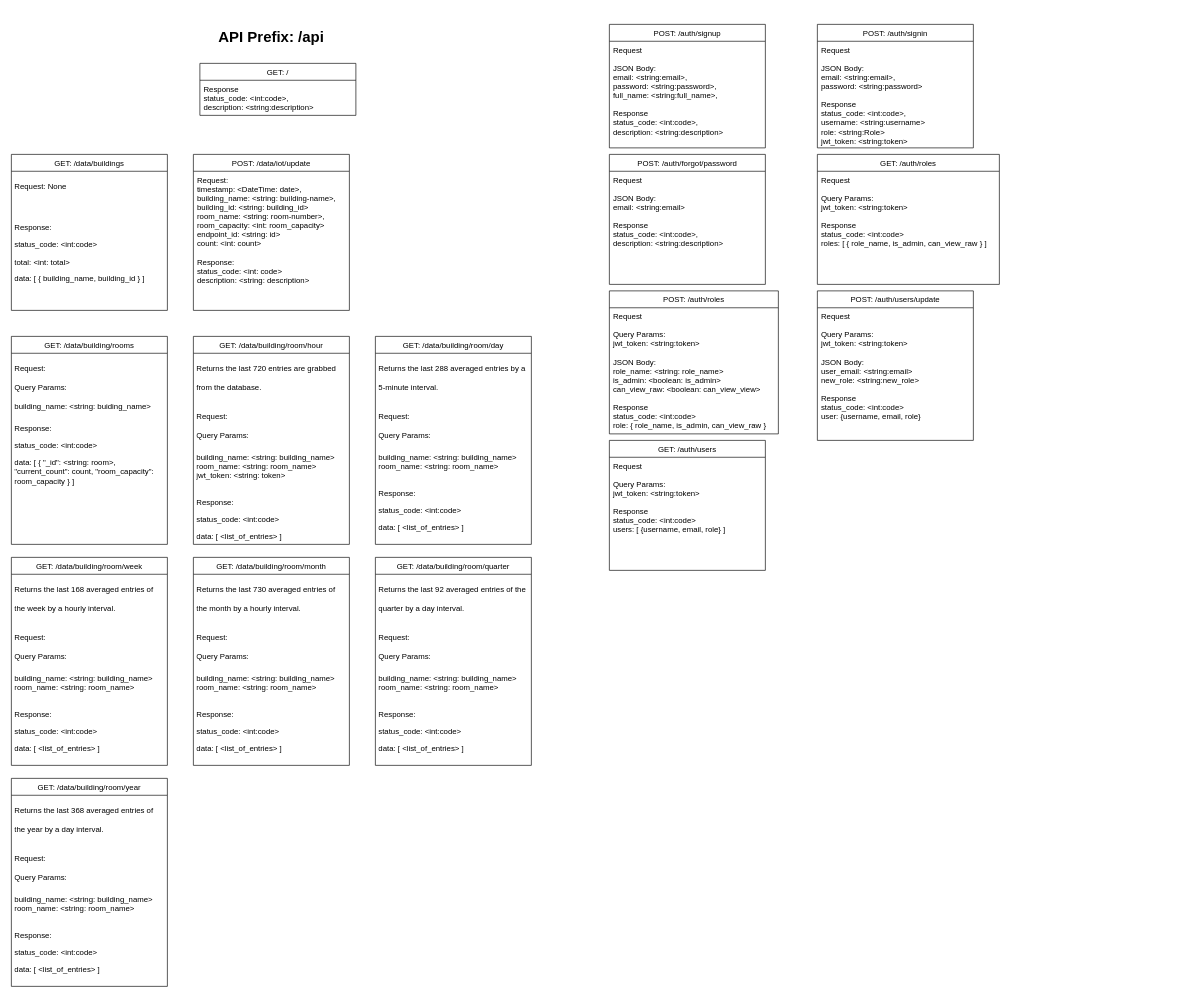
This is Diagrams/pci-rest-api.drawio from PiWatcher/PiWatcher-Docs, a draw.io file, before an edit. Source tidied: cells renumbered, new cells numbered last; positions are measured from the earlier drawing's top-left corner, leaving out a move shared by most shapes. Both pictures are drawn from the tidied source at 65%, with x=0, y=0 at pixel (11, 24).
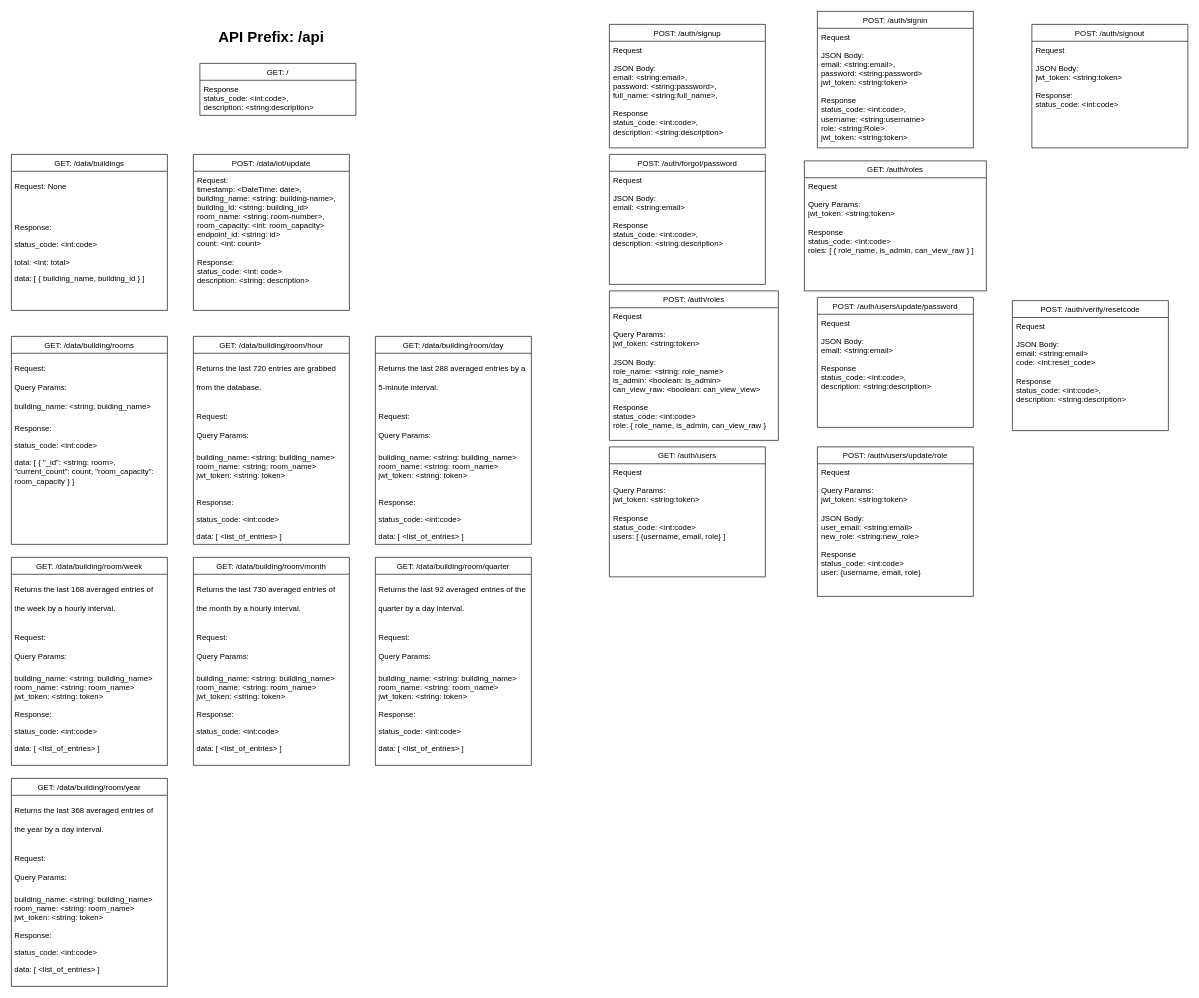
Above is the later version.

The change refers to these unchanged cells:
```xml
<mxCell id="18" value="GET: /data/building/room/day" style="swimlane;fontStyle=0;horizontal=1;startSize=26;fillColor=none;" parent="1" vertex="1">
  <mxGeometry x="560" y="480" width="240" height="320" as="geometry" />
</mxCell>
<mxCell id="20" value="GET: /data/building/room/week" style="swimlane;fontStyle=0;horizontal=1;startSize=26;fillColor=none;" parent="1" vertex="1">
  <mxGeometry y="820" width="240" height="320" as="geometry" />
</mxCell>
<mxCell id="22" value="GET: /data/building/room/month" style="swimlane;fontStyle=0;horizontal=1;startSize=26;fillColor=none;" parent="1" vertex="1">
  <mxGeometry x="280" y="820" width="240" height="320" as="geometry" />
</mxCell>
<mxCell id="24" value="GET: /data/building/room/quarter" style="swimlane;fontStyle=0;horizontal=1;startSize=26;fillColor=none;" parent="1" vertex="1">
  <mxGeometry x="560" y="820" width="240" height="320" as="geometry" />
</mxCell>
<mxCell id="26" value="GET: /data/building/room/year" style="swimlane;fontStyle=0;horizontal=1;startSize=26;fillColor=none;" parent="1" vertex="1">
  <mxGeometry y="1160" width="240" height="320" as="geometry" />
</mxCell>
```

What changed in the source:
```diff
@@
     <mxCell id="12" value="POST: /auth/signin" style="swimlane;fontStyle=0;horizontal=1;startSize=26;fillColor=none;align=center;" parent="1" vertex="1">
-      <mxGeometry x="1240" width="240" height="190" as="geometry" />
+      <mxGeometry x="1240" y="-20" width="240" height="210" as="geometry" />
     </mxCell>
-    <mxCell id="13" value="Request&#10;&#10;JSON Body:&#10;email: &lt;string:email&gt;,&#10;password: &lt;string:password&gt;&#10;&#10;Response&#10;status_code: &lt;int:code&gt;,&#10;username: &lt;string:username&gt;&#10;role: &lt;string:Role&gt;&#10;jwt_token: &lt;string:token&gt;&#10;&#10;" style="text;strokeColor=none;fillColor=none;align=left;verticalAlign=top;spacingLeft=4;spacingRight=4;overflow=hidden;" parent="12" vertex="1">
-      <mxGeometry y="26" width="240" height="164" as="geometry" />
+    <mxCell id="13" value="Request&#10;&#10;JSON Body:&#10;email: &lt;string:email&gt;,&#10;password: &lt;string:password&gt;&#10;jwt_token: &lt;string:token&gt;&#10;&#10;Response&#10;status_code: &lt;int:code&gt;,&#10;username: &lt;string:username&gt;&#10;role: &lt;string:Role&gt;&#10;jwt_token: &lt;string:token&gt;&#10;&#10;" style="text;strokeColor=none;fillColor=none;align=left;verticalAlign=top;spacingLeft=4;spacingRight=4;overflow=hidden;" parent="12" vertex="1">
+      <mxGeometry y="26" width="240" height="184" as="geometry" />
     </mxCell>
@@
-    <mxCell id="19" value="&lt;p style=&quot;line-height: 100%&quot;&gt;&lt;/p&gt;&lt;h1&gt;&lt;span style=&quot;font-weight: normal&quot;&gt;&lt;font style=&quot;font-size: 12px ; line-height: 100%&quot;&gt;Returns the last 288 averaged entries by a 5-minute interval.&lt;/font&gt;&lt;/span&gt;&lt;/h1&gt;&lt;h1&gt;&lt;span style=&quot;font-weight: normal&quot;&gt;&lt;font style=&quot;font-size: 12px ; line-height: 100%&quot;&gt;Request:&lt;br&gt;Query Params:&lt;br&gt;&lt;/font&gt;&lt;/span&gt;&lt;/h1&gt;&lt;div&gt;building_name: &amp;lt;string: building_name&amp;gt;&lt;/div&gt;&lt;div&gt;room_name: &amp;lt;string: room_name&amp;gt;&lt;br&gt;&lt;br&gt;&lt;/div&gt;&lt;p&gt;Response:&lt;/p&gt;&lt;p&gt;status_code: &amp;lt;int:code&amp;gt;&lt;/p&gt;&lt;p&gt;data: [ &amp;lt;list_of_entries&amp;gt; ]&lt;/p&gt;&lt;p&gt;&lt;/p&gt;" style="text;html=1;strokeColor=none;fillColor=none;spacing=5;spacingTop=-20;whiteSpace=wrap;overflow=hidden;rounded=0;" parent="18" vertex="1">
+    <mxCell id="19" value="&lt;p style=&quot;line-height: 100%&quot;&gt;&lt;/p&gt;&lt;h1&gt;&lt;span style=&quot;font-weight: normal&quot;&gt;&lt;font style=&quot;font-size: 12px ; line-height: 100%&quot;&gt;Returns the last 288 averaged entries by a 5-minute interval.&lt;/font&gt;&lt;/span&gt;&lt;/h1&gt;&lt;h1&gt;&lt;span style=&quot;font-weight: normal&quot;&gt;&lt;font style=&quot;font-size: 12px ; line-height: 100%&quot;&gt;Request:&lt;br&gt;Query Params:&lt;br&gt;&lt;/font&gt;&lt;/span&gt;&lt;/h1&gt;&lt;div&gt;building_name: &amp;lt;string: building_name&amp;gt;&lt;/div&gt;&lt;div&gt;room_name: &amp;lt;string: room_name&amp;gt;&lt;/div&gt;&lt;div&gt;jwt_token: &amp;lt;string: token&amp;gt;&lt;br&gt;&lt;br&gt;&lt;/div&gt;&lt;p&gt;Response:&lt;/p&gt;&lt;p&gt;status_code: &amp;lt;int:code&amp;gt;&lt;/p&gt;&lt;p&gt;data: [ &amp;lt;list_of_entries&amp;gt; ]&lt;/p&gt;&lt;p&gt;&lt;/p&gt;" style="text;html=1;strokeColor=none;fillColor=none;spacing=5;spacingTop=-20;whiteSpace=wrap;overflow=hidden;rounded=0;" parent="18" vertex="1">
       <mxGeometry y="26" width="240" height="294" as="geometry" />
     </mxCell>
@@
-    <mxCell id="21" value="&lt;p style=&quot;line-height: 100%&quot;&gt;&lt;/p&gt;&lt;h1&gt;&lt;span style=&quot;font-weight: normal&quot;&gt;&lt;font style=&quot;font-size: 12px ; line-height: 100%&quot;&gt;Returns the last 168 averaged entries of the week by a hourly interval.&lt;/font&gt;&lt;/span&gt;&lt;/h1&gt;&lt;h1&gt;&lt;span style=&quot;font-weight: normal&quot;&gt;&lt;font style=&quot;font-size: 12px ; line-height: 100%&quot;&gt;Request:&lt;br&gt;Query Params:&lt;br&gt;&lt;/font&gt;&lt;/span&gt;&lt;/h1&gt;&lt;div&gt;building_name: &amp;lt;string: building_name&amp;gt;&lt;/div&gt;&lt;div&gt;room_name: &amp;lt;string: room_name&amp;gt;&lt;br&gt;&lt;br&gt;&lt;/div&gt;&lt;p&gt;Response:&lt;/p&gt;&lt;p&gt;status_code: &amp;lt;int:code&amp;gt;&lt;/p&gt;&lt;p&gt;data: [ &amp;lt;list_of_entries&amp;gt; ]&lt;/p&gt;&lt;p&gt;&lt;/p&gt;" style="text;html=1;strokeColor=none;fillColor=none;spacing=5;spacingTop=-20;whiteSpace=wrap;overflow=hidden;rounded=0;" parent="20" vertex="1">
+    <mxCell id="21" value="&lt;p style=&quot;line-height: 100%&quot;&gt;&lt;/p&gt;&lt;h1&gt;&lt;span style=&quot;font-weight: normal&quot;&gt;&lt;font style=&quot;font-size: 12px ; line-height: 100%&quot;&gt;Returns the last 168 averaged entries of the week by a hourly interval.&lt;/font&gt;&lt;/span&gt;&lt;/h1&gt;&lt;h1&gt;&lt;span style=&quot;font-weight: normal&quot;&gt;&lt;font style=&quot;font-size: 12px ; line-height: 100%&quot;&gt;Request:&lt;br&gt;Query Params:&lt;br&gt;&lt;/font&gt;&lt;/span&gt;&lt;/h1&gt;&lt;div&gt;building_name: &amp;lt;string: building_name&amp;gt;&lt;/div&gt;&lt;div&gt;room_name: &amp;lt;string: room_name&amp;gt;&lt;br&gt;&lt;/div&gt;jwt_token: &amp;lt;string: token&amp;gt;&lt;br&gt;&lt;p&gt;Response:&lt;/p&gt;&lt;p&gt;status_code: &amp;lt;int:code&amp;gt;&lt;/p&gt;&lt;p&gt;data: [ &amp;lt;list_of_entries&amp;gt; ]&lt;/p&gt;&lt;p&gt;&lt;/p&gt;" style="text;html=1;strokeColor=none;fillColor=none;spacing=5;spacingTop=-20;whiteSpace=wrap;overflow=hidden;rounded=0;" parent="20" vertex="1">
       <mxGeometry y="26" width="240" height="294" as="geometry" />
     </mxCell>
@@
-    <mxCell id="23" value="&lt;p style=&quot;line-height: 100%&quot;&gt;&lt;/p&gt;&lt;h1&gt;&lt;span style=&quot;font-weight: normal&quot;&gt;&lt;font style=&quot;font-size: 12px ; line-height: 100%&quot;&gt;Returns the last 730 averaged entries of the month by a hourly interval.&lt;/font&gt;&lt;/span&gt;&lt;/h1&gt;&lt;h1&gt;&lt;span style=&quot;font-weight: normal&quot;&gt;&lt;font style=&quot;font-size: 12px ; line-height: 100%&quot;&gt;Request:&lt;br&gt;Query Params:&lt;br&gt;&lt;/font&gt;&lt;/span&gt;&lt;/h1&gt;&lt;div&gt;building_name: &amp;lt;string: building_name&amp;gt;&lt;/div&gt;&lt;div&gt;room_name: &amp;lt;string: room_name&amp;gt;&lt;br&gt;&lt;br&gt;&lt;/div&gt;&lt;p&gt;Response:&lt;/p&gt;&lt;p&gt;status_code: &amp;lt;int:code&amp;gt;&lt;/p&gt;&lt;p&gt;data: [ &amp;lt;list_of_entries&amp;gt; ]&lt;/p&gt;&lt;p&gt;&lt;/p&gt;" style="text;html=1;strokeColor=none;fillColor=none;spacing=5;spacingTop=-20;whiteSpace=wrap;overflow=hidden;rounded=0;" parent="22" vertex="1">
+    <mxCell id="23" value="&lt;p style=&quot;line-height: 100%&quot;&gt;&lt;/p&gt;&lt;h1&gt;&lt;span style=&quot;font-weight: normal&quot;&gt;&lt;font style=&quot;font-size: 12px ; line-height: 100%&quot;&gt;Returns the last 730 averaged entries of the month by a hourly interval.&lt;/font&gt;&lt;/span&gt;&lt;/h1&gt;&lt;h1&gt;&lt;span style=&quot;font-weight: normal&quot;&gt;&lt;font style=&quot;font-size: 12px ; line-height: 100%&quot;&gt;Request:&lt;br&gt;Query Params:&lt;br&gt;&lt;/font&gt;&lt;/span&gt;&lt;/h1&gt;&lt;div&gt;building_name: &amp;lt;string: building_name&amp;gt;&lt;/div&gt;&lt;div&gt;room_name: &amp;lt;string: room_name&amp;gt;&lt;br&gt;&lt;/div&gt;jwt_token: &amp;lt;string: token&amp;gt;&lt;br&gt;&lt;p&gt;Response:&lt;/p&gt;&lt;p&gt;status_code: &amp;lt;int:code&amp;gt;&lt;/p&gt;&lt;p&gt;data: [ &amp;lt;list_of_entries&amp;gt; ]&lt;/p&gt;&lt;p&gt;&lt;/p&gt;" style="text;html=1;strokeColor=none;fillColor=none;spacing=5;spacingTop=-20;whiteSpace=wrap;overflow=hidden;rounded=0;" parent="22" vertex="1">
       <mxGeometry y="26" width="240" height="294" as="geometry" />
     </mxCell>
@@
-    <mxCell id="25" value="&lt;p style=&quot;line-height: 100%&quot;&gt;&lt;/p&gt;&lt;h1&gt;&lt;span style=&quot;font-weight: normal&quot;&gt;&lt;font style=&quot;font-size: 12px ; line-height: 100%&quot;&gt;Returns the last 92 averaged entries of the quarter by a day interval.&lt;/font&gt;&lt;/span&gt;&lt;/h1&gt;&lt;h1&gt;&lt;span style=&quot;font-weight: normal&quot;&gt;&lt;font style=&quot;font-size: 12px ; line-height: 100%&quot;&gt;Request:&lt;br&gt;Query Params:&lt;br&gt;&lt;/font&gt;&lt;/span&gt;&lt;/h1&gt;&lt;div&gt;building_name: &amp;lt;string: building_name&amp;gt;&lt;/div&gt;&lt;div&gt;room_name: &amp;lt;string: room_name&amp;gt;&lt;br&gt;&lt;br&gt;&lt;/div&gt;&lt;p&gt;Response:&lt;/p&gt;&lt;p&gt;status_code: &amp;lt;int:code&amp;gt;&lt;/p&gt;&lt;p&gt;data: [ &amp;lt;list_of_entries&amp;gt; ]&lt;/p&gt;&lt;p&gt;&lt;/p&gt;" style="text;html=1;strokeColor=none;fillColor=none;spacing=5;spacingTop=-20;whiteSpace=wrap;overflow=hidden;rounded=0;" parent="24" vertex="1">
+    <mxCell id="25" value="&lt;p style=&quot;line-height: 100%&quot;&gt;&lt;/p&gt;&lt;h1&gt;&lt;span style=&quot;font-weight: normal&quot;&gt;&lt;font style=&quot;font-size: 12px ; line-height: 100%&quot;&gt;Returns the last 92 averaged entries of the quarter by a day interval.&lt;/font&gt;&lt;/span&gt;&lt;/h1&gt;&lt;h1&gt;&lt;span style=&quot;font-weight: normal&quot;&gt;&lt;font style=&quot;font-size: 12px ; line-height: 100%&quot;&gt;Request:&lt;br&gt;Query Params:&lt;br&gt;&lt;/font&gt;&lt;/span&gt;&lt;/h1&gt;&lt;div&gt;building_name: &amp;lt;string: building_name&amp;gt;&lt;/div&gt;&lt;div&gt;room_name: &amp;lt;string: room_name&amp;gt;&lt;br&gt;jwt_token: &amp;lt;string: token&amp;gt;&lt;br&gt;&lt;/div&gt;&lt;p&gt;Response:&lt;/p&gt;&lt;p&gt;status_code: &amp;lt;int:code&amp;gt;&lt;/p&gt;&lt;p&gt;data: [ &amp;lt;list_of_entries&amp;gt; ]&lt;/p&gt;&lt;p&gt;&lt;/p&gt;" style="text;html=1;strokeColor=none;fillColor=none;spacing=5;spacingTop=-20;whiteSpace=wrap;overflow=hidden;rounded=0;" parent="24" vertex="1">
       <mxGeometry y="26" width="240" height="294" as="geometry" />
     </mxCell>
@@
-    <mxCell id="27" value="&lt;p style=&quot;line-height: 100%&quot;&gt;&lt;/p&gt;&lt;h1&gt;&lt;span style=&quot;font-weight: normal&quot;&gt;&lt;font style=&quot;font-size: 12px ; line-height: 100%&quot;&gt;Returns the last 368 averaged entries of the year by a day interval.&lt;/font&gt;&lt;/span&gt;&lt;/h1&gt;&lt;h1&gt;&lt;span style=&quot;font-weight: normal&quot;&gt;&lt;font style=&quot;font-size: 12px ; line-height: 100%&quot;&gt;Request:&lt;br&gt;Query Params:&lt;br&gt;&lt;/font&gt;&lt;/span&gt;&lt;/h1&gt;&lt;div&gt;building_name: &amp;lt;string: building_name&amp;gt;&lt;/div&gt;&lt;div&gt;room_name: &amp;lt;string: room_name&amp;gt;&lt;br&gt;&lt;br&gt;&lt;/div&gt;&lt;p&gt;Response:&lt;/p&gt;&lt;p&gt;status_code: &amp;lt;int:code&amp;gt;&lt;/p&gt;&lt;p&gt;data: [ &amp;lt;list_of_entries&amp;gt; ]&lt;/p&gt;&lt;p&gt;&lt;/p&gt;" style="text;html=1;strokeColor=none;fillColor=none;spacing=5;spacingTop=-20;whiteSpace=wrap;overflow=hidden;rounded=0;" parent="26" vertex="1">
+    <mxCell id="27" value="&lt;p style=&quot;line-height: 100%&quot;&gt;&lt;/p&gt;&lt;h1&gt;&lt;span style=&quot;font-weight: normal&quot;&gt;&lt;font style=&quot;font-size: 12px ; line-height: 100%&quot;&gt;Returns the last 368 averaged entries of the year by a day interval.&lt;/font&gt;&lt;/span&gt;&lt;/h1&gt;&lt;h1&gt;&lt;span style=&quot;font-weight: normal&quot;&gt;&lt;font style=&quot;font-size: 12px ; line-height: 100%&quot;&gt;Request:&lt;br&gt;Query Params:&lt;br&gt;&lt;/font&gt;&lt;/span&gt;&lt;/h1&gt;&lt;div&gt;building_name: &amp;lt;string: building_name&amp;gt;&lt;/div&gt;&lt;div&gt;room_name: &amp;lt;string: room_name&amp;gt;&lt;br&gt;jwt_token: &amp;lt;string: token&amp;gt;&lt;br&gt;&lt;/div&gt;&lt;p&gt;Response:&lt;/p&gt;&lt;p&gt;status_code: &amp;lt;int:code&amp;gt;&lt;/p&gt;&lt;p&gt;data: [ &amp;lt;list_of_entries&amp;gt; ]&lt;/p&gt;&lt;p&gt;&lt;/p&gt;" style="text;html=1;strokeColor=none;fillColor=none;spacing=5;spacingTop=-20;whiteSpace=wrap;overflow=hidden;rounded=0;" parent="26" vertex="1">
       <mxGeometry y="26" width="240" height="294" as="geometry" />
     </mxCell>
@@
     <mxCell id="30" value="GET: /auth/roles" style="swimlane;fontStyle=0;horizontal=1;startSize=26;fillColor=none;align=center;" parent="1" vertex="1">
-      <mxGeometry x="1240" y="200" width="280" height="200" as="geometry" />
+      <mxGeometry x="1220" y="210" width="280" height="200" as="geometry" />
     </mxCell>
@@
     <mxCell id="32" value="GET: /auth/users" style="swimlane;fontStyle=0;horizontal=1;startSize=26;fillColor=none;align=center;" parent="1" vertex="1">
-      <mxGeometry x="920" y="640" width="240" height="200" as="geometry" />
+      <mxGeometry x="920" y="650" width="240" height="200" as="geometry" />
     </mxCell>
@@
-    <mxCell id="34" value="POST: /auth/users/update" style="swimlane;fontStyle=0;horizontal=1;startSize=26;fillColor=none;align=center;" parent="1" vertex="1">
-      <mxGeometry x="1240" y="410" width="240" height="230" as="geometry" />
+    <mxCell id="34" value="POST: /auth/users/update/role" style="swimlane;fontStyle=0;horizontal=1;startSize=26;fillColor=none;align=center;" parent="1" vertex="1">
+      <mxGeometry x="1240" y="650" width="240" height="230" as="geometry" />
     </mxCell>
@@
     <mxCell id="36" value="POST: /auth/roles" style="swimlane;fontStyle=0;horizontal=1;startSize=26;fillColor=none;align=center;" parent="1" vertex="1">
-      <mxGeometry x="920" y="410" width="260" height="220" as="geometry" />
+      <mxGeometry x="920" y="410" width="260" height="230" as="geometry" />
     </mxCell>
     <mxCell id="37" value="Request&#10;&#10;Query Params:&#10;jwt_token: &lt;string:token&gt;&#10;&#10;JSON Body:&#10;role_name: &lt;string: role_name&gt;&#10;is_admin: &lt;boolean: is_admin&gt;&#10;can_view_raw: &lt;boolean: can_view_view&gt;&#10;&#10;Response&#10;status_code: &lt;int:code&gt;&#10;role: { role_name, is_admin, can_view_raw }" style="text;strokeColor=none;fillColor=none;align=left;verticalAlign=top;spacingLeft=4;spacingRight=4;overflow=hidden;" parent="36" vertex="1">
-      <mxGeometry y="26" width="260" height="194" as="geometry" />
+      <mxGeometry y="26" width="260" height="204" as="geometry" />
     </mxCell>
+    <mxCell id="38" value="POST: /auth/signout" style="swimlane;fontStyle=0;horizontal=1;startSize=26;fillColor=none;align=center;" parent="1" vertex="1">
+      <mxGeometry x="1570" width="240" height="190" as="geometry" />
+    </mxCell>
+    <mxCell id="39" value="Request&#10;&#10;JSON Body:&#10;jwt_token: &lt;string:token&gt;&#10;&#10;Response:&#10;status_code: &lt;int:code&gt;&#10;" style="text;strokeColor=none;fillColor=none;align=left;verticalAlign=top;spacingLeft=4;spacingRight=4;overflow=hidden;" parent="38" vertex="1">
+      <mxGeometry y="26" width="240" height="164" as="geometry" />
+    </mxCell>
+    <mxCell id="40" value="POST: /auth/users/update/password" style="swimlane;fontStyle=0;horizontal=1;startSize=26;fillColor=none;align=center;" parent="1" vertex="1">
+      <mxGeometry x="1240" y="420" width="240" height="200" as="geometry" />
+    </mxCell>
+    <mxCell id="41" value="Request&#10;&#10;JSON Body:&#10;email: &lt;string:email&gt;&#10;&#10;Response&#10;status_code: &lt;int:code&gt;,&#10;description: &lt;string:description&gt;" style="text;strokeColor=none;fillColor=none;align=left;verticalAlign=top;spacingLeft=4;spacingRight=4;overflow=hidden;" parent="40" vertex="1">
+      <mxGeometry y="26" width="240" height="174" as="geometry" />
+    </mxCell>
+    <mxCell id="42" value="POST: /auth/verify/resetcode" style="swimlane;fontStyle=0;horizontal=1;startSize=26;fillColor=none;align=center;" parent="1" vertex="1">
+      <mxGeometry x="1540" y="425" width="240" height="200" as="geometry" />
+    </mxCell>
+    <mxCell id="43" value="Request&#10;&#10;JSON Body:&#10;email: &lt;string:email&gt;&#10;code: &lt;int:reset_code&gt;&#10;&#10;Response&#10;status_code: &lt;int:code&gt;,&#10;description: &lt;string:description&gt;" style="text;strokeColor=none;fillColor=none;align=left;verticalAlign=top;spacingLeft=4;spacingRight=4;overflow=hidden;" parent="42" vertex="1">
+      <mxGeometry y="26" width="240" height="174" as="geometry" />
+    </mxCell>
```
